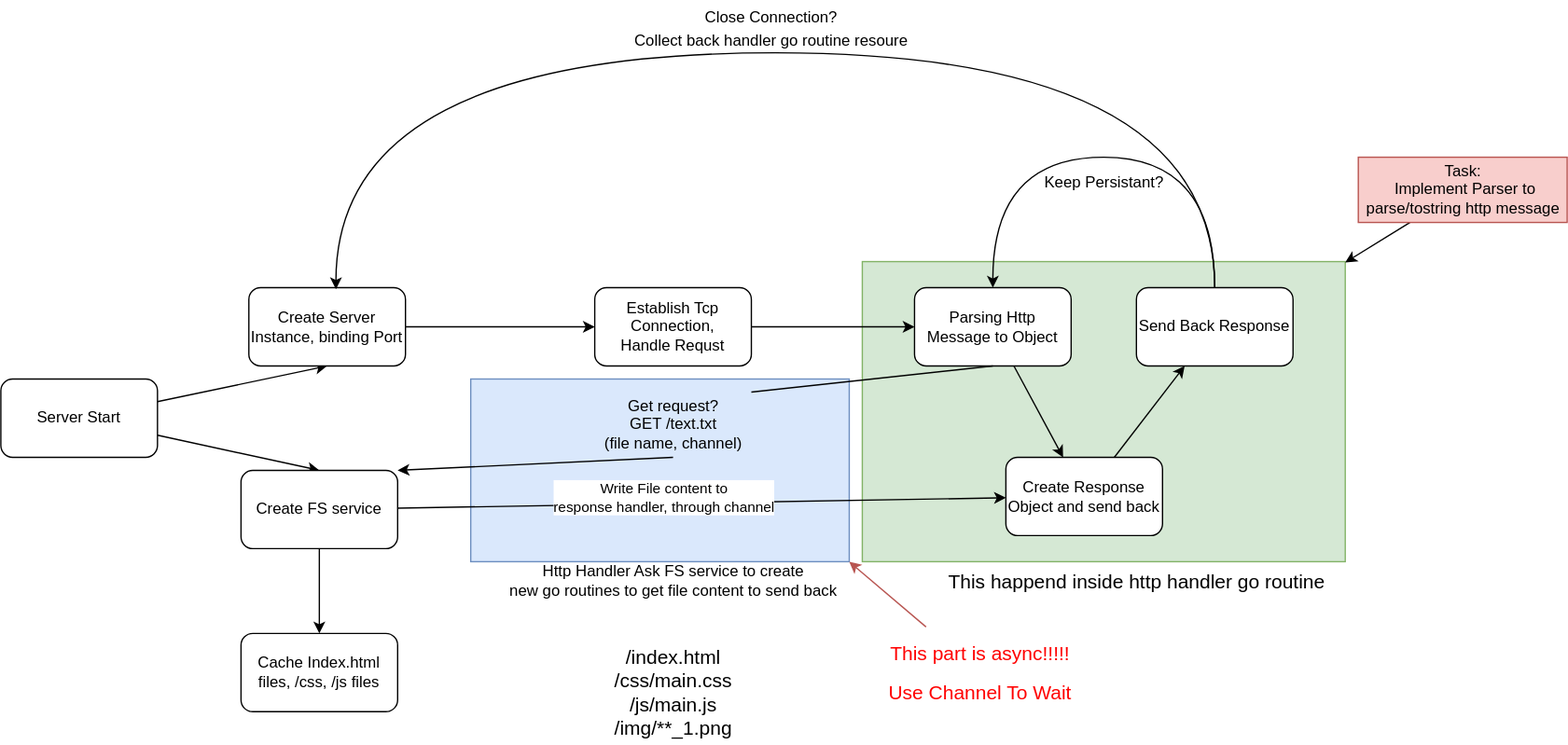
Above: imgs/project_workflow.svg in LiangLouise/http_server (draw.io), before the change. Source tidied: cells renumbered, new cells last; positions are measured from the earlier drawing's top-left corner, leaving out a move shared by most shapes. Source of this version:
```xml
<mxGraphModel>
  <root>
    <mxCell id="0" />
    <mxCell id="1" parent="0" />
    <mxCell id="2" style="rounded=0;whiteSpace=wrap;html=1;fontSize=15;fillColor=#d5e8d4;strokeColor=#82b366;" parent="1" vertex="1">
      <mxGeometry x="660" y="200" width="370" height="230" as="geometry" />
    </mxCell>
    <mxCell id="3" style="rounded=0;whiteSpace=wrap;html=1;fillColor=#dae8fc;strokeColor=#6c8ebf;" parent="1" vertex="1">
      <mxGeometry x="360" y="290" width="290" height="140" as="geometry" />
    </mxCell>
    <mxCell id="4" style="rounded=0;jettySize=auto;html=1;entryX=0.5;entryY=1;entryDx=0;entryDy=0;" parent="1" edge="1" source="6" target="8">
      <mxGeometry relative="1" as="geometry" />
    </mxCell>
    <mxCell id="5" style="rounded=0;jettySize=auto;html=1;entryX=0.5;entryY=0;entryDx=0;entryDy=0;" parent="1" edge="1" source="6" target="17">
      <mxGeometry relative="1" as="geometry" />
    </mxCell>
    <mxCell id="6" value="Server Start" style="rounded=1;whiteSpace=wrap;html=1;" parent="1" vertex="1">
      <mxGeometry y="290" width="120" height="60" as="geometry" />
    </mxCell>
    <mxCell id="7" style="edgeStyle=none;rounded=0;jettySize=auto;html=1;" parent="1" edge="1" source="8" target="12">
      <mxGeometry relative="1" as="geometry" />
    </mxCell>
    <mxCell id="8" value="Create Server Instance, binding Port" style="rounded=1;whiteSpace=wrap;html=1;" parent="1" vertex="1">
      <mxGeometry x="190" y="220" width="120" height="60" as="geometry" />
    </mxCell>
    <mxCell id="9" style="edgeStyle=orthogonalEdgeStyle;rounded=0;jettySize=auto;html=1;curved=1;entryX=0.5;entryY=0;entryDx=0;entryDy=0;exitX=0.5;exitY=0;exitDx=0;exitDy=0;" parent="1" edge="1" source="30" target="21">
      <mxGeometry relative="1" as="geometry">
        <Array as="points">
          <mxPoint x="930" y="120" />
          <mxPoint x="760" y="120" />
        </Array>
      </mxGeometry>
    </mxCell>
    <mxCell id="10" style="edgeStyle=none;rounded=0;jettySize=auto;html=1;entryX=1;entryY=0;entryDx=0;entryDy=0;exitX=0.5;exitY=1;exitDx=0;exitDy=0;startArrow=none;" parent="1" edge="1" source="22" target="17">
      <mxGeometry relative="1" as="geometry" />
    </mxCell>
    <mxCell id="11" style="edgeStyle=none;rounded=0;jettySize=auto;html=1;" parent="1" edge="1" source="12" target="21">
      <mxGeometry relative="1" as="geometry" />
    </mxCell>
    <mxCell id="12" value="Establish Tcp Connection,&lt;br&gt;Handle Requst" style="whiteSpace=wrap;html=1;rounded=1;" parent="1" vertex="1">
      <mxGeometry x="455" y="220" width="120" height="60" as="geometry" />
    </mxCell>
    <mxCell id="13" value="Keep Persistant?" style="text;html=1;align=center;verticalAlign=middle;strokeColor=none;fillColor=none;" parent="1" vertex="1">
      <mxGeometry x="790" y="130" width="110" height="20" as="geometry" />
    </mxCell>
    <mxCell id="14" style="edgeStyle=none;rounded=0;jettySize=auto;html=1;" parent="1" edge="1" source="17" target="18">
      <mxGeometry relative="1" as="geometry" />
    </mxCell>
    <mxCell id="15" style="edgeStyle=none;rounded=0;jettySize=auto;html=1;" parent="1" edge="1" source="17" target="25">
      <mxGeometry relative="1" as="geometry" />
    </mxCell>
    <mxCell id="16" value="Write File content to &lt;br&gt;response handler, through channel" style="edgeLabel;html=1;align=center;verticalAlign=middle;" parent="15" vertex="1">
      <mxGeometry x="-0.29" y="2" relative="1" as="geometry">
        <mxPoint x="39" y="-4" as="offset" />
      </mxGeometry>
    </mxCell>
    <mxCell id="17" value="Create FS service" style="whiteSpace=wrap;html=1;rounded=1;" parent="1" vertex="1">
      <mxGeometry x="184" y="360" width="120" height="60" as="geometry" />
    </mxCell>
    <mxCell id="18" value="Cache Index.html files, /css, /js files" style="whiteSpace=wrap;html=1;rounded=1;" parent="1" vertex="1">
      <mxGeometry x="184" y="485" width="120" height="60" as="geometry" />
    </mxCell>
    <mxCell id="19" style="edgeStyle=none;rounded=0;jettySize=auto;html=1;exitX=0.5;exitY=0;exitDx=0;exitDy=0;fontSize=15;fontColor=#FF0000;" parent="1" edge="1" source="21">
      <mxGeometry relative="1" as="geometry">
        <mxPoint x="760" y="230" as="targetPoint" />
      </mxGeometry>
    </mxCell>
    <mxCell id="20" style="edgeStyle=none;rounded=0;jettySize=auto;html=1;fontSize=15;fontColor=#FF0000;" parent="1" edge="1" source="21" target="25">
      <mxGeometry relative="1" as="geometry" />
    </mxCell>
    <mxCell id="21" value="Parsing Http Message to Object" style="whiteSpace=wrap;html=1;rounded=1;" parent="1" vertex="1">
      <mxGeometry x="700" y="220" width="120" height="60" as="geometry" />
    </mxCell>
    <mxCell id="22" value="Get request?&lt;br&gt;GET /text.txt&lt;br&gt;(file name, channel)" style="text;html=1;align=center;verticalAlign=middle;points=[];" parent="1" vertex="1">
      <mxGeometry x="455" y="300" width="120" height="50" as="geometry" />
    </mxCell>
    <mxCell id="23" style="edgeStyle=none;rounded=0;jettySize=auto;html=1;entryX=1;entryY=0;entryDx=0;entryDy=0;exitX=0.5;exitY=1;exitDx=0;exitDy=0;endArrow=none;" parent="1" edge="1" source="21" target="22">
      <mxGeometry relative="1" as="geometry" />
    </mxCell>
    <mxCell id="24" style="edgeStyle=none;rounded=0;jettySize=auto;html=1;fontSize=15;fontColor=#FF0000;" parent="1" edge="1" source="25" target="30">
      <mxGeometry relative="1" as="geometry" />
    </mxCell>
    <mxCell id="25" value="Create Response Object and send back" style="whiteSpace=wrap;html=1;rounded=1;" parent="1" vertex="1">
      <mxGeometry x="770" y="350" width="120" height="60" as="geometry" />
    </mxCell>
    <mxCell id="26" value="Http Handler Ask FS service to create &lt;br&gt;new go routines to get file content to send back" style="text;html=1;align=center;verticalAlign=middle;strokeColor=none;fillColor=none;" parent="1" vertex="1">
      <mxGeometry x="380" y="430" width="270" height="30" as="geometry" />
    </mxCell>
    <mxCell id="27" style="edgeStyle=none;rounded=0;jettySize=auto;html=1;entryX=1;entryY=1;entryDx=0;entryDy=0;fontSize=15;fontColor=#FF0000;fillColor=#f8cecc;strokeColor=#b85450;" parent="1" edge="1" source="28" target="3">
      <mxGeometry relative="1" as="geometry" />
    </mxCell>
    <mxCell id="28" value="&lt;p&gt;&lt;font color=&quot;#ff0000&quot; style=&quot;font-size: 15px&quot;&gt;This part is async!!!!!&lt;/font&gt;&lt;/p&gt;&lt;p&gt;&lt;font color=&quot;#ff0000&quot;&gt;&lt;span style=&quot;font-size: 15px&quot;&gt;Use Channel To Wait&lt;/span&gt;&lt;/font&gt;&lt;/p&gt;" style="text;html=1;align=center;verticalAlign=middle;points=[];strokeColor=none;fillColor=none;" parent="1" vertex="1">
      <mxGeometry x="670" y="480" width="160" height="70" as="geometry" />
    </mxCell>
    <mxCell id="29" style="edgeStyle=orthogonalEdgeStyle;rounded=0;jettySize=auto;html=1;entryX=0.556;entryY=0.019;entryDx=0;entryDy=0;entryPerimeter=0;fontSize=15;fontColor=#000000;curved=1;" parent="1" edge="1" source="30" target="8">
      <mxGeometry relative="1" as="geometry">
        <Array as="points">
          <mxPoint x="930" y="40" />
          <mxPoint x="257" y="40" />
        </Array>
      </mxGeometry>
    </mxCell>
    <mxCell id="30" value="Send Back Response" style="whiteSpace=wrap;html=1;rounded=1;" parent="1" vertex="1">
      <mxGeometry x="870" y="220" width="120" height="60" as="geometry" />
    </mxCell>
    <mxCell id="31" value="&lt;font color=&quot;#000000&quot;&gt;/index.html&lt;br&gt;/css/main.css&lt;br&gt;/js/main.js&lt;br&gt;/img/**_1.png&lt;br&gt;&lt;/font&gt;" style="text;html=1;align=center;verticalAlign=middle;strokeColor=none;fillColor=none;fontSize=15;fontColor=#FF0000;" parent="1" vertex="1">
      <mxGeometry x="460" y="490" width="110" height="80" as="geometry" />
    </mxCell>
    <mxCell id="32" value="This happend inside http handler go routine" style="text;html=1;align=center;verticalAlign=middle;strokeColor=none;fillColor=none;fontSize=15;fontColor=#000000;" parent="1" vertex="1">
      <mxGeometry x="720" y="435" width="300" height="20" as="geometry" />
    </mxCell>
    <mxCell id="33" value="&lt;font style=&quot;font-size: 12px&quot;&gt;Close Connection?&lt;br&gt;Collect back handler go routine resoure&lt;/font&gt;" style="text;html=1;align=center;verticalAlign=middle;strokeColor=none;fillColor=none;fontSize=15;fontColor=#000000;" parent="1" vertex="1">
      <mxGeometry x="480" width="220" height="40" as="geometry" />
    </mxCell>
    <mxCell id="34" style="rounded=0;jettySize=auto;html=1;fontSize=12;fontColor=#000000;" parent="1" edge="1" source="35" target="2">
      <mxGeometry relative="1" as="geometry" />
    </mxCell>
    <mxCell id="35" value="Task:&lt;br&gt;&amp;nbsp;Implement Parser to &lt;br&gt;parse/tostring http message" style="text;html=1;align=center;verticalAlign=middle;points=[];strokeColor=#b85450;fillColor=#f8cecc;fontSize=12;" parent="1" vertex="1">
      <mxGeometry x="1040" y="120" width="160" height="50" as="geometry" />
    </mxCell>
  </root>
</mxGraphModel>
```
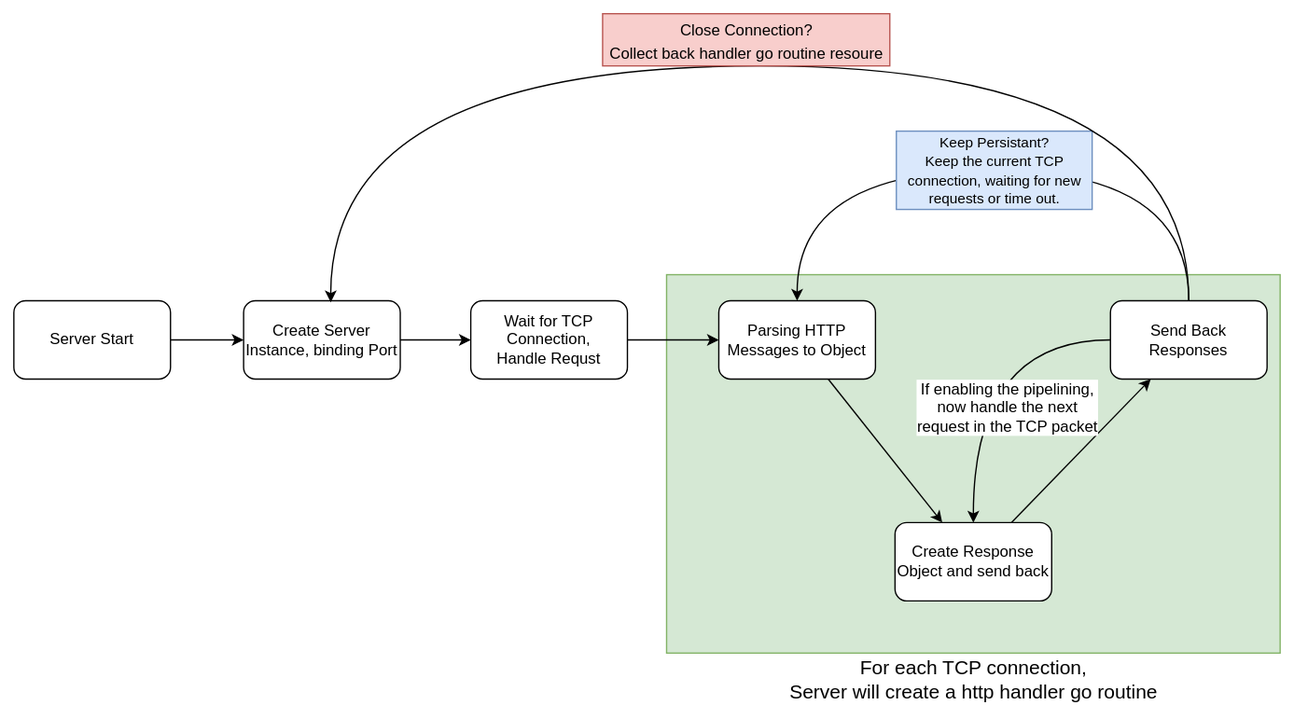
The same file after the commit.

Diff of the diagram source:
```diff
@@ -3,63 +3,37 @@
     <mxCell id="0" />
     <mxCell id="1" parent="0" />
     <mxCell id="2" style="rounded=0;whiteSpace=wrap;html=1;fontSize=15;fillColor=#d5e8d4;strokeColor=#82b366;" parent="1" vertex="1">
-      <mxGeometry x="660" y="200" width="370" height="230" as="geometry" />
+      <mxGeometry x="660" y="200" width="470" height="290" as="geometry" />
     </mxCell>
-    <mxCell id="3" style="rounded=0;whiteSpace=wrap;html=1;fillColor=#dae8fc;strokeColor=#6c8ebf;" parent="1" vertex="1">
-      <mxGeometry x="360" y="290" width="290" height="140" as="geometry" />
-    </mxCell>
-    <mxCell id="4" style="rounded=0;jettySize=auto;html=1;entryX=0.5;entryY=1;entryDx=0;entryDy=0;" parent="1" edge="1" source="6" target="8">
+    <mxCell id="4" style="rounded=0;jettySize=auto;html=1;entryX=0;entryY=0.5;entryDx=0;entryDy=0;" parent="1" edge="1" source="6" target="8">
       <mxGeometry relative="1" as="geometry" />
     </mxCell>
-    <mxCell id="5" style="rounded=0;jettySize=auto;html=1;entryX=0.5;entryY=0;entryDx=0;entryDy=0;" parent="1" edge="1" source="6" target="17">
-      <mxGeometry relative="1" as="geometry" />
-    </mxCell>
     <mxCell id="6" value="Server Start" style="rounded=1;whiteSpace=wrap;html=1;" parent="1" vertex="1">
-      <mxGeometry y="290" width="120" height="60" as="geometry" />
+      <mxGeometry x="160" y="220" width="120" height="60" as="geometry" />
     </mxCell>
     <mxCell id="7" style="edgeStyle=none;rounded=0;jettySize=auto;html=1;" parent="1" edge="1" source="8" target="12">
       <mxGeometry relative="1" as="geometry" />
     </mxCell>
     <mxCell id="8" value="Create Server Instance, binding Port" style="rounded=1;whiteSpace=wrap;html=1;" parent="1" vertex="1">
-      <mxGeometry x="190" y="220" width="120" height="60" as="geometry" />
+      <mxGeometry x="336" y="220" width="120" height="60" as="geometry" />
     </mxCell>
     <mxCell id="9" style="edgeStyle=orthogonalEdgeStyle;rounded=0;jettySize=auto;html=1;curved=1;entryX=0.5;entryY=0;entryDx=0;entryDy=0;exitX=0.5;exitY=0;exitDx=0;exitDy=0;" parent="1" edge="1" source="30" target="21">
       <mxGeometry relative="1" as="geometry">
         <Array as="points">
-          <mxPoint x="930" y="120" />
+          <mxPoint x="1060" y="120" />
           <mxPoint x="760" y="120" />
         </Array>
       </mxGeometry>
     </mxCell>
-    <mxCell id="10" style="edgeStyle=none;rounded=0;jettySize=auto;html=1;entryX=1;entryY=0;entryDx=0;entryDy=0;exitX=0.5;exitY=1;exitDx=0;exitDy=0;startArrow=none;" parent="1" edge="1" source="22" target="17">
-      <mxGeometry relative="1" as="geometry" />
-    </mxCell>
     <mxCell id="11" style="edgeStyle=none;rounded=0;jettySize=auto;html=1;" parent="1" edge="1" source="12" target="21">
       <mxGeometry relative="1" as="geometry" />
     </mxCell>
-    <mxCell id="12" value="Establish Tcp Connection,&lt;br&gt;Handle Requst" style="whiteSpace=wrap;html=1;rounded=1;" parent="1" vertex="1">
-      <mxGeometry x="455" y="220" width="120" height="60" as="geometry" />
+    <mxCell id="12" value="Wait for TCP Connection,&lt;br&gt;Handle Requst" style="whiteSpace=wrap;html=1;rounded=1;" parent="1" vertex="1">
+      <mxGeometry x="510" y="220" width="120" height="60" as="geometry" />
     </mxCell>
-    <mxCell id="13" value="Keep Persistant?" style="text;html=1;align=center;verticalAlign=middle;strokeColor=none;fillColor=none;" parent="1" vertex="1">
-      <mxGeometry x="790" y="130" width="110" height="20" as="geometry" />
+    <mxCell id="13" value="&lt;font style=&quot;font-size: 11px&quot;&gt;Keep Persistant?&lt;br&gt;Keep the current TCP &lt;br&gt;connection, waiting for new&lt;br&gt;requests or time out.&lt;/font&gt;" style="text;html=1;align=center;verticalAlign=middle;fillColor=#dae8fc;strokeColor=#6c8ebf;" parent="1" vertex="1">
+      <mxGeometry x="836" y="90" width="150" height="60" as="geometry" />
     </mxCell>
-    <mxCell id="14" style="edgeStyle=none;rounded=0;jettySize=auto;html=1;" parent="1" edge="1" source="17" target="18">
-      <mxGeometry relative="1" as="geometry" />
-    </mxCell>
-    <mxCell id="15" style="edgeStyle=none;rounded=0;jettySize=auto;html=1;" parent="1" edge="1" source="17" target="25">
-      <mxGeometry relative="1" as="geometry" />
-    </mxCell>
-    <mxCell id="16" value="Write File content to &lt;br&gt;response handler, through channel" style="edgeLabel;html=1;align=center;verticalAlign=middle;" parent="15" vertex="1">
-      <mxGeometry x="-0.29" y="2" relative="1" as="geometry">
-        <mxPoint x="39" y="-4" as="offset" />
-      </mxGeometry>
-    </mxCell>
-    <mxCell id="17" value="Create FS service" style="whiteSpace=wrap;html=1;rounded=1;" parent="1" vertex="1">
-      <mxGeometry x="184" y="360" width="120" height="60" as="geometry" />
-    </mxCell>
-    <mxCell id="18" value="Cache Index.html files, /css, /js files" style="whiteSpace=wrap;html=1;rounded=1;" parent="1" vertex="1">
-      <mxGeometry x="184" y="485" width="120" height="60" as="geometry" />
-    </mxCell>
     <mxCell id="19" style="edgeStyle=none;rounded=0;jettySize=auto;html=1;exitX=0.5;exitY=0;exitDx=0;exitDy=0;fontSize=15;fontColor=#FF0000;" parent="1" edge="1" source="21">
       <mxGeometry relative="1" as="geometry">
         <mxPoint x="760" y="230" as="targetPoint" />
@@ -68,55 +42,39 @@
     <mxCell id="20" style="edgeStyle=none;rounded=0;jettySize=auto;html=1;fontSize=15;fontColor=#FF0000;" parent="1" edge="1" source="21" target="25">
       <mxGeometry relative="1" as="geometry" />
     </mxCell>
-    <mxCell id="21" value="Parsing Http Message to Object" style="whiteSpace=wrap;html=1;rounded=1;" parent="1" vertex="1">
+    <mxCell id="21" value="Parsing HTTP Messages to Object" style="whiteSpace=wrap;html=1;rounded=1;" parent="1" vertex="1">
       <mxGeometry x="700" y="220" width="120" height="60" as="geometry" />
     </mxCell>
-    <mxCell id="22" value="Get request?&lt;br&gt;GET /text.txt&lt;br&gt;(file name, channel)" style="text;html=1;align=center;verticalAlign=middle;points=[];" parent="1" vertex="1">
-      <mxGeometry x="455" y="300" width="120" height="50" as="geometry" />
-    </mxCell>
-    <mxCell id="23" style="edgeStyle=none;rounded=0;jettySize=auto;html=1;entryX=1;entryY=0;entryDx=0;entryDy=0;exitX=0.5;exitY=1;exitDx=0;exitDy=0;endArrow=none;" parent="1" edge="1" source="21" target="22">
-      <mxGeometry relative="1" as="geometry" />
-    </mxCell>
     <mxCell id="24" style="edgeStyle=none;rounded=0;jettySize=auto;html=1;fontSize=15;fontColor=#FF0000;" parent="1" edge="1" source="25" target="30">
       <mxGeometry relative="1" as="geometry" />
     </mxCell>
     <mxCell id="25" value="Create Response Object and send back" style="whiteSpace=wrap;html=1;rounded=1;" parent="1" vertex="1">
-      <mxGeometry x="770" y="350" width="120" height="60" as="geometry" />
+      <mxGeometry x="835" y="390" width="120" height="60" as="geometry" />
     </mxCell>
-    <mxCell id="26" value="Http Handler Ask FS service to create &lt;br&gt;new go routines to get file content to send back" style="text;html=1;align=center;verticalAlign=middle;strokeColor=none;fillColor=none;" parent="1" vertex="1">
-      <mxGeometry x="380" y="430" width="270" height="30" as="geometry" />
-    </mxCell>
-    <mxCell id="27" style="edgeStyle=none;rounded=0;jettySize=auto;html=1;entryX=1;entryY=1;entryDx=0;entryDy=0;fontSize=15;fontColor=#FF0000;fillColor=#f8cecc;strokeColor=#b85450;" parent="1" edge="1" source="28" target="3">
-      <mxGeometry relative="1" as="geometry" />
-    </mxCell>
-    <mxCell id="28" value="&lt;p&gt;&lt;font color=&quot;#ff0000&quot; style=&quot;font-size: 15px&quot;&gt;This part is async!!!!!&lt;/font&gt;&lt;/p&gt;&lt;p&gt;&lt;font color=&quot;#ff0000&quot;&gt;&lt;span style=&quot;font-size: 15px&quot;&gt;Use Channel To Wait&lt;/span&gt;&lt;/font&gt;&lt;/p&gt;" style="text;html=1;align=center;verticalAlign=middle;points=[];strokeColor=none;fillColor=none;" parent="1" vertex="1">
-      <mxGeometry x="670" y="480" width="160" height="70" as="geometry" />
-    </mxCell>
-    <mxCell id="29" style="edgeStyle=orthogonalEdgeStyle;rounded=0;jettySize=auto;html=1;entryX=0.556;entryY=0.019;entryDx=0;entryDy=0;entryPerimeter=0;fontSize=15;fontColor=#000000;curved=1;" parent="1" edge="1" source="30" target="8">
+    <mxCell id="29" style="edgeStyle=orthogonalEdgeStyle;rounded=0;jettySize=auto;html=1;entryX=0.556;entryY=0.019;entryDx=0;entryDy=0;entryPerimeter=0;fontSize=15;fontColor=#000000;curved=1;exitX=0.5;exitY=0;exitDx=0;exitDy=0;" parent="1" edge="1" source="30" target="8">
       <mxGeometry relative="1" as="geometry">
         <Array as="points">
-          <mxPoint x="930" y="40" />
-          <mxPoint x="257" y="40" />
+          <mxPoint x="1060" y="40" />
+          <mxPoint x="403" y="40" />
         </Array>
       </mxGeometry>
     </mxCell>
+    <mxCell id="36" style="edgeStyle=orthogonalEdgeStyle;rounded=0;jettySize=auto;html=1;entryX=0.5;entryY=0;entryDx=0;entryDy=0;curved=1;" parent="1" edge="1" source="30" target="25">
+      <mxGeometry relative="1" as="geometry" />
+    </mxCell>
+    <mxCell id="37" value="If enabling the pipelining, &lt;br style=&quot;font-size: 12px;&quot;&gt;now handle the next &lt;br style=&quot;font-size: 12px;&quot;&gt;request in the TCP packet" style="edgeLabel;html=1;align=center;verticalAlign=middle;fontSize=12;" parent="36" vertex="1">
+      <mxGeometry x="0.26" relative="1" as="geometry">
+        <mxPoint x="25" y="1" as="offset" />
+      </mxGeometry>
+    </mxCell>
-    <mxCell id="30" value="Send Back Response" style="whiteSpace=wrap;html=1;rounded=1;" parent="1" vertex="1">
-      <mxGeometry x="870" y="220" width="120" height="60" as="geometry" />
+    <mxCell id="30" value="Send Back Responses" style="whiteSpace=wrap;html=1;rounded=1;" parent="1" vertex="1">
+      <mxGeometry x="1000" y="220" width="120" height="60" as="geometry" />
     </mxCell>
-    <mxCell id="31" value="&lt;font color=&quot;#000000&quot;&gt;/index.html&lt;br&gt;/css/main.css&lt;br&gt;/js/main.js&lt;br&gt;/img/**_1.png&lt;br&gt;&lt;/font&gt;" style="text;html=1;align=center;verticalAlign=middle;strokeColor=none;fillColor=none;fontSize=15;fontColor=#FF0000;" parent="1" vertex="1">
-      <mxGeometry x="460" y="490" width="110" height="80" as="geometry" />
-    </mxCell>
-    <mxCell id="32" value="This happend inside http handler go routine" style="text;html=1;align=center;verticalAlign=middle;strokeColor=none;fillColor=none;fontSize=15;fontColor=#000000;" parent="1" vertex="1">
-      <mxGeometry x="720" y="435" width="300" height="20" as="geometry" />
+    <mxCell id="32" value="For each TCP connection,&lt;br&gt;Server will create a http handler go routine" style="text;html=1;align=center;verticalAlign=middle;strokeColor=none;fillColor=none;fontSize=15;fontColor=#000000;" parent="1" vertex="1">
+      <mxGeometry x="745" y="490" width="300" height="40" as="geometry" />
     </mxCell>
-    <mxCell id="33" value="&lt;font style=&quot;font-size: 12px&quot;&gt;Close Connection?&lt;br&gt;Collect back handler go routine resoure&lt;/font&gt;" style="text;html=1;align=center;verticalAlign=middle;strokeColor=none;fillColor=none;fontSize=15;fontColor=#000000;" parent="1" vertex="1">
-      <mxGeometry x="480" width="220" height="40" as="geometry" />
+    <mxCell id="33" value="&lt;font style=&quot;font-size: 12px&quot;&gt;Close Connection?&lt;br&gt;Collect back handler go routine resoure&lt;/font&gt;" style="text;html=1;align=center;verticalAlign=middle;strokeColor=#b85450;fillColor=#f8cecc;fontSize=15;" parent="1" vertex="1">
+      <mxGeometry x="611" width="220" height="40" as="geometry" />
     </mxCell>
-    <mxCell id="34" style="rounded=0;jettySize=auto;html=1;fontSize=12;fontColor=#000000;" parent="1" edge="1" source="35" target="2">
-      <mxGeometry relative="1" as="geometry" />
-    </mxCell>
-    <mxCell id="35" value="Task:&lt;br&gt;&amp;nbsp;Implement Parser to &lt;br&gt;parse/tostring http message" style="text;html=1;align=center;verticalAlign=middle;points=[];strokeColor=#b85450;fillColor=#f8cecc;fontSize=12;" parent="1" vertex="1">
-      <mxGeometry x="1040" y="120" width="160" height="50" as="geometry" />
-    </mxCell>
   </root>
 </mxGraphModel>
```
